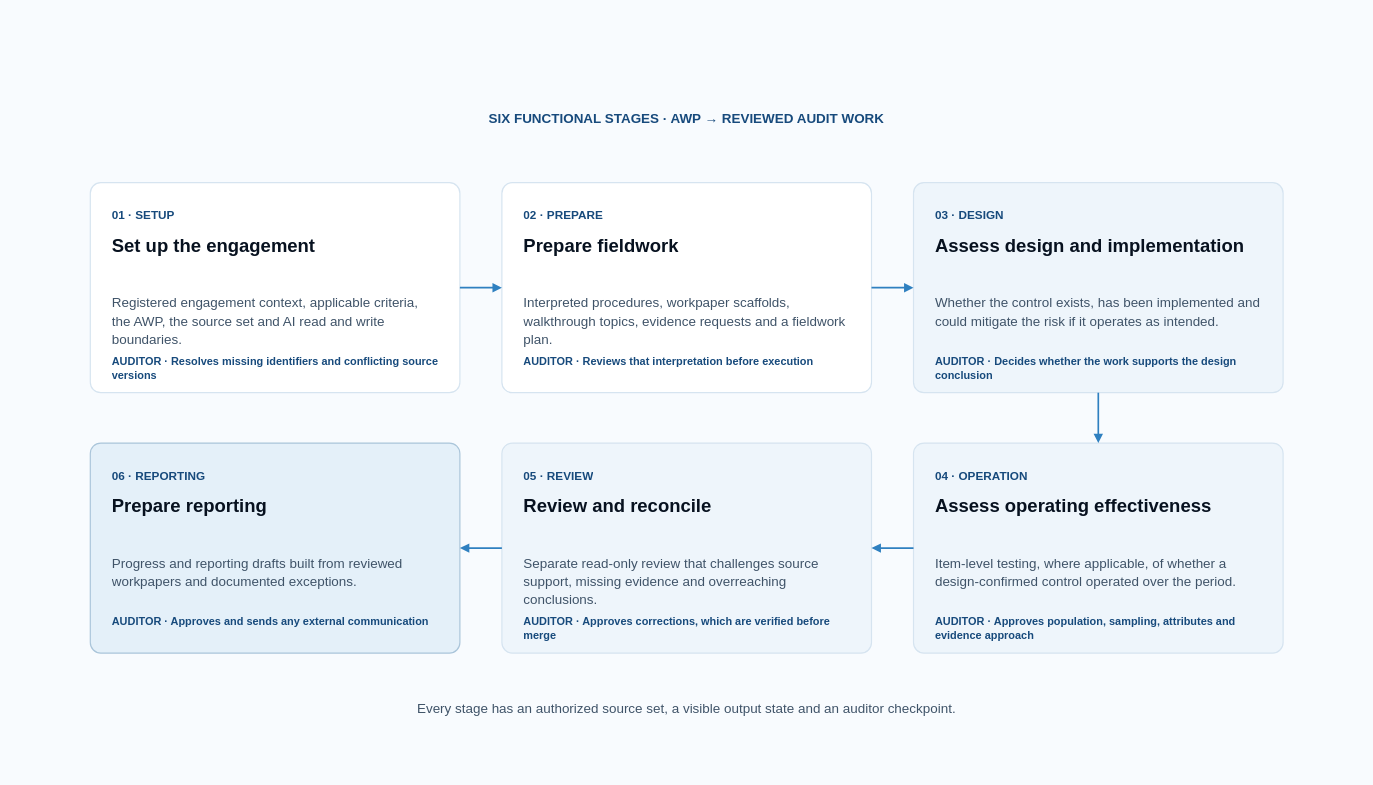
busera/busera.github.io keeps this draw.io diagram as aeos/assets/source/aeos-typical-awp-lifecycle.drawio. Above is the earlier version. Source tidied: cells renumbered, new cells numbered last; positions are measured from the earlier drawing's top-left corner, leaving out a move shared by most shapes. Both pictures are drawn from the tidied source at 84%, with x=0, y=0 at pixel (14, 14).
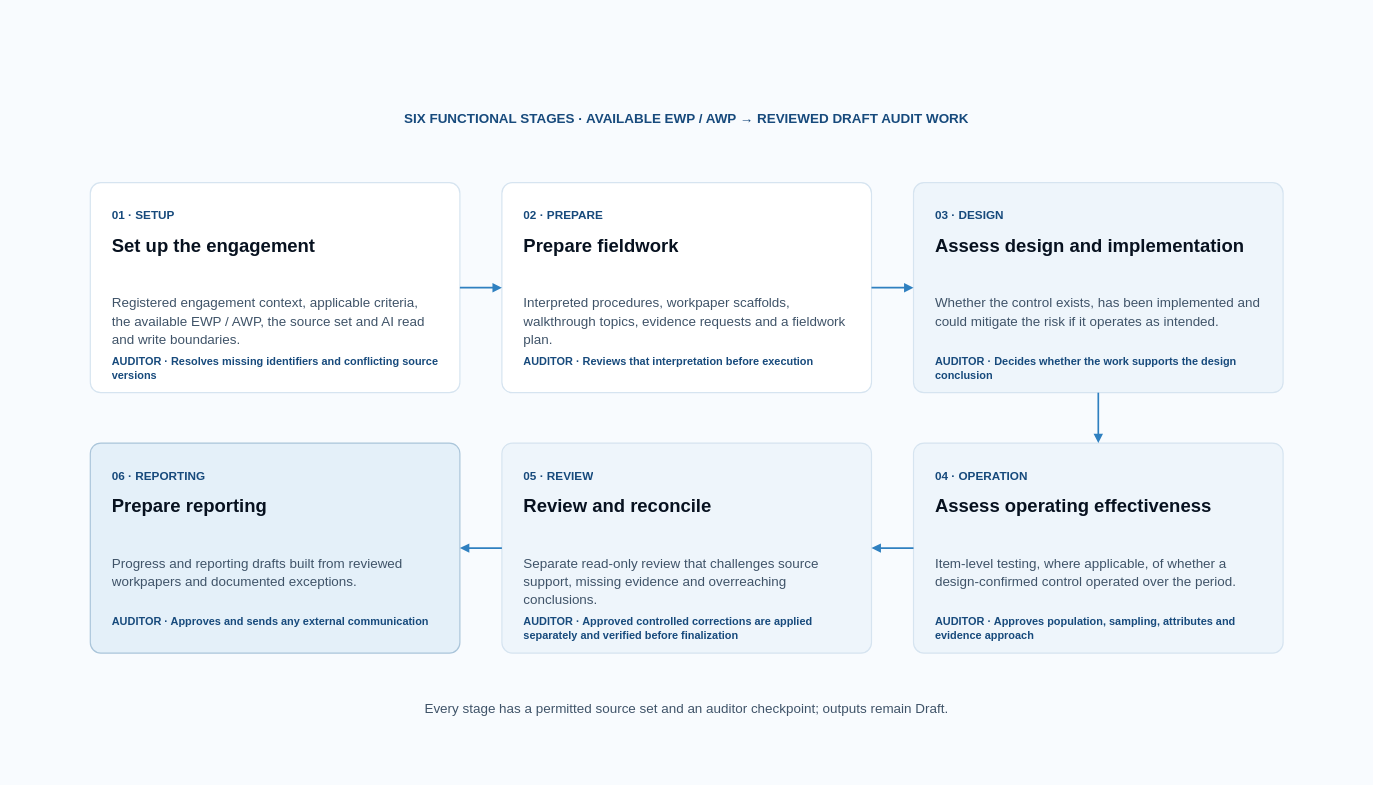
Above is the later version.

What changed in the source:
```diff
@@
-    <mxCell id="3" value="SIX FUNCTIONAL STAGES · AWP → REVIEWED AUDIT WORK" style="text;html=1;whiteSpace=wrap;overflow=hidden;strokeColor=none;fillColor=none;spacing=0;spacingTop=0;spacingBottom=0;spacingLeft=0;spacingRight=0;align=center;verticalAlign=middle;fontFamily=Helvetica;fontColor=#174A7C;fontSize=16;fontStyle=1;" parent="1" vertex="1">
+    <mxCell id="3" value="SIX FUNCTIONAL STAGES · AVAILABLE EWP / AWP → REVIEWED DRAFT AUDIT WORK" style="text;html=1;whiteSpace=wrap;overflow=hidden;strokeColor=none;fillColor=none;spacing=0;spacingTop=0;spacingBottom=0;spacingLeft=0;spacingRight=0;align=center;verticalAlign=middle;fontFamily=Helvetica;fontColor=#174A7C;fontSize=16;fontStyle=1;" parent="1" vertex="1">
       <mxGeometry x="400" y="108" width="800" height="30" as="geometry" />
     </mxCell>
@@
-    <mxCell id="7" value="&lt;div style=&quot;line-height:1.35;&quot;&gt;Registered engagement context, applicable criteria, the AWP, the source set and AI read and write boundaries.&lt;/div&gt;" style="text;html=1;whiteSpace=wrap;overflow=hidden;strokeColor=none;fillColor=none;spacing=0;spacingTop=0;spacingBottom=0;spacingLeft=0;spacingRight=0;align=left;verticalAlign=top;fontFamily=Helvetica;fontColor=#3F5368;fontSize=16;fontStyle=0;" parent="1" vertex="1">
+    <mxCell id="7" value="&lt;div style=&quot;line-height:1.35;&quot;&gt;Registered engagement context, applicable criteria, the available EWP / AWP, the source set and AI read and write boundaries.&lt;/div&gt;" style="text;html=1;whiteSpace=wrap;overflow=hidden;strokeColor=none;fillColor=none;spacing=0;spacingTop=0;spacingBottom=0;spacingLeft=0;spacingRight=0;align=left;verticalAlign=top;fontFamily=Helvetica;fontColor=#3F5368;fontSize=16;fontStyle=0;" parent="1" vertex="1">
       <mxGeometry x="116" y="328" width="388" height="66" as="geometry" />
     </mxCell>
@@
-    <mxCell id="28" value="&lt;div style=&quot;line-height:1.3;&quot;&gt;AUDITOR · Approves corrections, which are verified before merge&lt;/div&gt;" style="text;html=1;whiteSpace=wrap;overflow=hidden;strokeColor=none;fillColor=none;spacing=0;spacingTop=0;spacingBottom=0;spacingLeft=0;spacingRight=0;align=left;verticalAlign=top;fontFamily=Helvetica;fontColor=#174A7C;fontSize=13;fontStyle=1;" parent="1" vertex="1">
+    <mxCell id="28" value="&lt;div style=&quot;line-height:1.3;&quot;&gt;AUDITOR · Approved controlled corrections are applied separately and verified before finalization&lt;/div&gt;" style="text;html=1;whiteSpace=wrap;overflow=hidden;strokeColor=none;fillColor=none;spacing=0;spacingTop=0;spacingBottom=0;spacingLeft=0;spacingRight=0;align=left;verticalAlign=top;fontFamily=Helvetica;fontColor=#174A7C;fontSize=13;fontStyle=1;" parent="1" vertex="1">
       <mxGeometry x="606" y="710" width="388" height="44" as="geometry" />
     </mxCell>
@@
-    <mxCell id="39" value="Every stage has an authorized source set, a visible output state and an auditor checkpoint." style="text;html=1;whiteSpace=wrap;overflow=hidden;strokeColor=none;fillColor=none;spacing=0;spacingTop=0;spacingBottom=0;spacingLeft=0;spacingRight=0;align=center;verticalAlign=middle;fontFamily=Helvetica;fontColor=#3F5368;fontSize=16;fontStyle=0;" parent="1" vertex="1">
+    <mxCell id="39" value="Every stage has a permitted source set and an auditor checkpoint; outputs remain Draft." style="text;html=1;whiteSpace=wrap;overflow=hidden;strokeColor=none;fillColor=none;spacing=0;spacingTop=0;spacingBottom=0;spacingLeft=0;spacingRight=0;align=center;verticalAlign=middle;fontFamily=Helvetica;fontColor=#3F5368;fontSize=16;fontStyle=0;" parent="1" vertex="1">
       <mxGeometry x="300" y="800" width="1000" height="52" as="geometry" />
     </mxCell>
```
